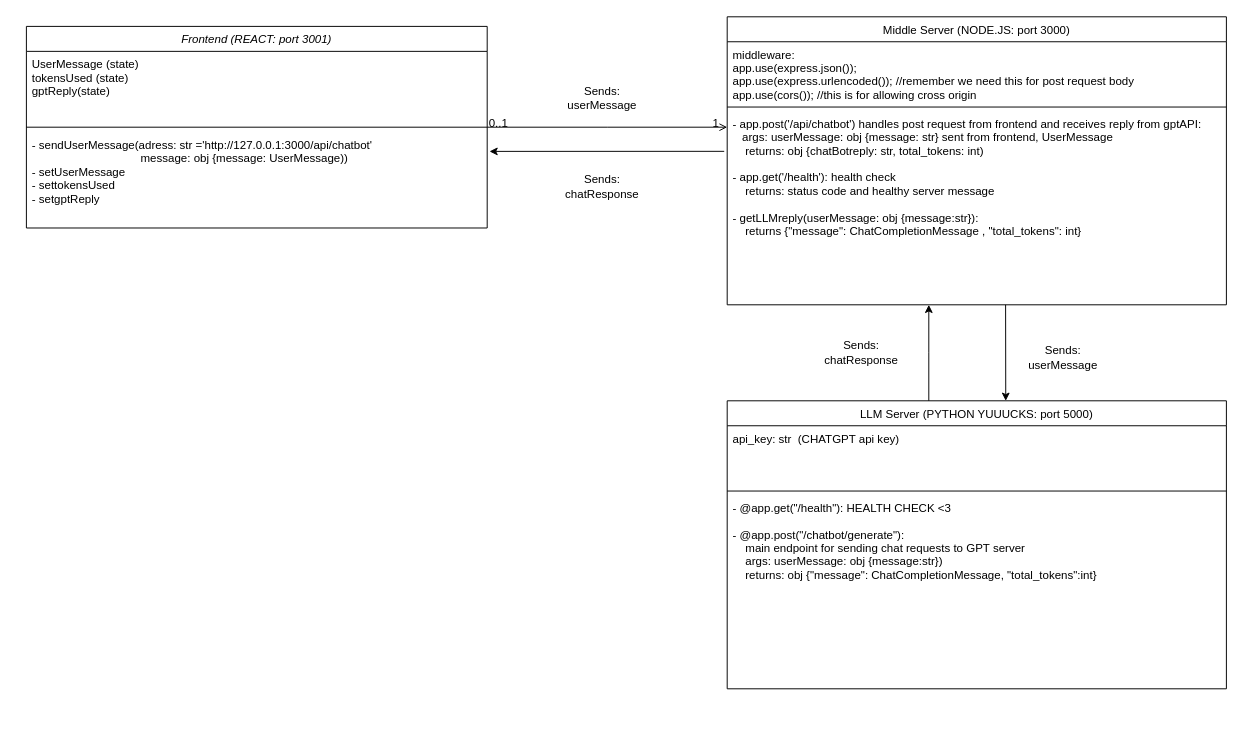
Before: shatgpt.drawio in syd9191/shatGPT, a draw.io diagram. Source tidied: cells renumbered, new cells numbered last; positions are measured from the earlier drawing's top-left corner, leaving out a move shared by most shapes. Both pictures are drawn from the tidied source at 96%, with x=0, y=0 at pixel (26, 16).
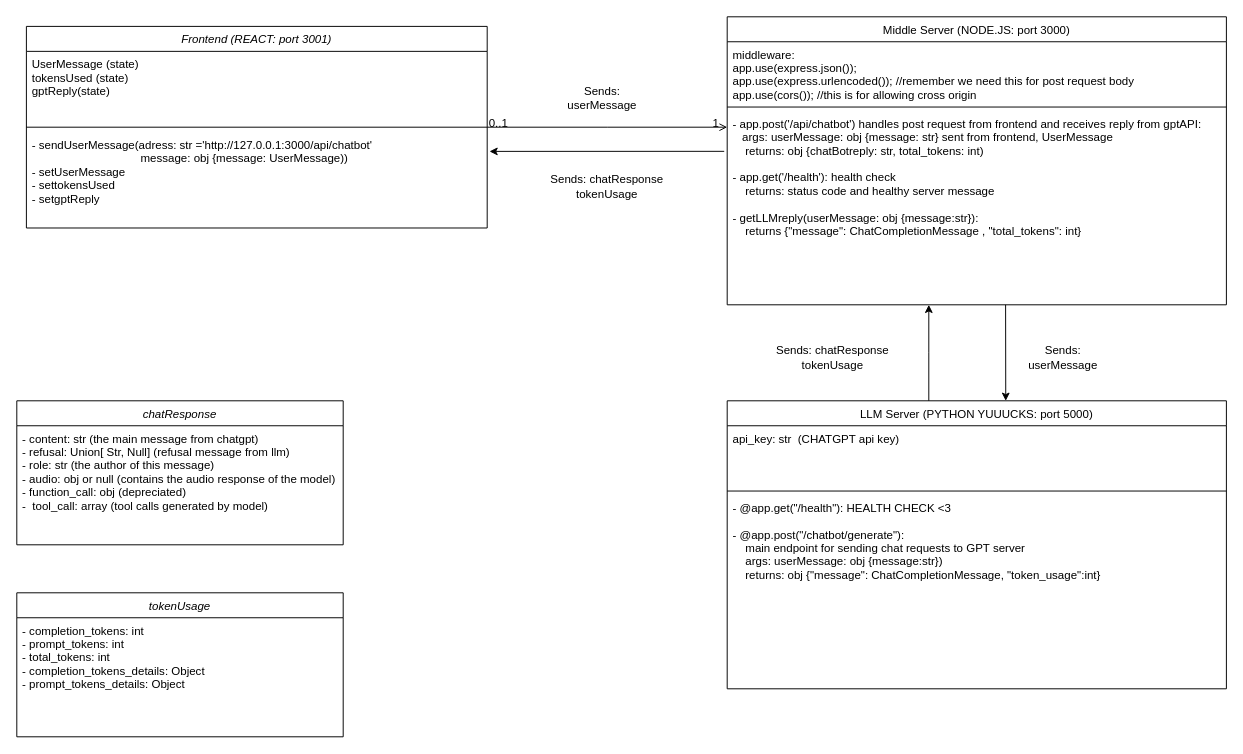
The same diagram, later.

Commit message (it also covers changes not shown here):
changed reply obj  name to chatResponse, now passes whole chatCompletion obj and token usage obj in to be selected at a later date for frontend

The change refers to these unchanged cells:
```xml
<mxCell id="13" value="LLM Server (PYTHON YUUUCKS: port 5000)" style="swimlane;fontStyle=0;align=center;verticalAlign=top;horizontal=1;startSize=26;rounded=0;shadow=0;strokeWidth=1;" parent="1" vertex="1">
  <mxGeometry x="730" y="400" width="520" height="300" as="geometry" />
</mxCell>
```

What changed in the source:
```diff
@@
-    <mxCell id="16" value="- @app.get(&quot;/health&quot;): HEALTH CHECK &lt;3&#10;&#10;- @app.post(&quot;/chatbot/generate&quot;):&#10;    main endpoint for sending chat requests to GPT server&#10;    args: userMessage: obj {message:str})&#10;    returns: obj {&quot;message&quot;: ChatCompletionMessage, &quot;total_tokens&quot;:int}    &#10;&#10;&#10;&#10;&#10;&#10;  &#10;" style="text;align=left;verticalAlign=top;spacingLeft=4;spacingRight=4;overflow=hidden;" parent="13" vertex="1">
+    <mxCell id="16" value="- @app.get(&quot;/health&quot;): HEALTH CHECK &lt;3&#10;&#10;- @app.post(&quot;/chatbot/generate&quot;):&#10;    main endpoint for sending chat requests to GPT server&#10;    args: userMessage: obj {message:str})&#10;    returns: obj {&quot;message&quot;: ChatCompletionMessage, &quot;token_usage&quot;:int}    &#10;&#10;&#10;&#10;&#10;&#10;  &#10;" style="text;align=left;verticalAlign=top;spacingLeft=4;spacingRight=4;overflow=hidden;" parent="13" vertex="1">
       <mxGeometry y="98" width="520" height="172" as="geometry" />
     </mxCell>
@@
-    <mxCell id="21" value="Sends: chatResponse" style="text;html=1;align=center;verticalAlign=middle;whiteSpace=wrap;rounded=0;" parent="1" vertex="1">
-      <mxGeometry x="840" y="335" width="60" height="30" as="geometry" />
-    </mxCell>
@@
-    <mxCell id="23" value="Sends: chatResponse" style="text;html=1;align=center;verticalAlign=middle;whiteSpace=wrap;rounded=0;" parent="1" vertex="1">
-      <mxGeometry x="570" y="162" width="60" height="30" as="geometry" />
+    <mxCell id="23" value="Sends: chatResponse&lt;div&gt;tokenUsage&lt;/div&gt;" style="text;html=1;align=center;verticalAlign=middle;whiteSpace=wrap;rounded=0;" parent="1" vertex="1">
+      <mxGeometry x="535" y="162" width="140" height="30" as="geometry" />
     </mxCell>
+    <mxCell id="24" value="Sends: chatResponse&lt;div&gt;tokenUsage&lt;/div&gt;" style="text;html=1;align=center;verticalAlign=middle;whiteSpace=wrap;rounded=0;" parent="1" vertex="1">
+      <mxGeometry x="770" y="340" width="140" height="30" as="geometry" />
+    </mxCell>
+    <mxCell id="25" value="chatResponse" style="swimlane;fontStyle=2;align=center;verticalAlign=top;horizontal=1;startSize=26;rounded=0;shadow=0;strokeWidth=1;" parent="1" vertex="1">
+      <mxGeometry x="-10" y="400" width="340" height="150" as="geometry" />
+    </mxCell>
+    <mxCell id="26" value="- content: str (the main message from chatgpt)&#10;- refusal: Union[ Str, Null] (refusal message from llm)&#10;- role: str (the author of this message)&#10;- audio: obj or null (contains the audio response of the model)&#10;- function_call: obj (depreciated)&#10;-  tool_call: array (tool calls generated by model)&#10;" style="text;align=left;verticalAlign=top;spacingLeft=4;spacingRight=4;overflow=hidden;" parent="25" vertex="1">
+      <mxGeometry y="26" width="340" height="104" as="geometry" />
+    </mxCell>
+    <mxCell id="27" value="tokenUsage" style="swimlane;fontStyle=2;align=center;verticalAlign=top;horizontal=1;startSize=26;rounded=0;shadow=0;strokeWidth=1;" parent="1" vertex="1">
+      <mxGeometry x="-10" y="600" width="340" height="150" as="geometry" />
+    </mxCell>
+    <mxCell id="28" value="- completion_tokens: int&#10;- prompt_tokens: int &#10;- total_tokens: int &#10;- completion_tokens_details: Object &#10;- prompt_tokens_details: Object" style="text;align=left;verticalAlign=top;spacingLeft=4;spacingRight=4;overflow=hidden;" parent="27" vertex="1">
+      <mxGeometry y="26" width="340" height="104" as="geometry" />
+    </mxCell>
```
